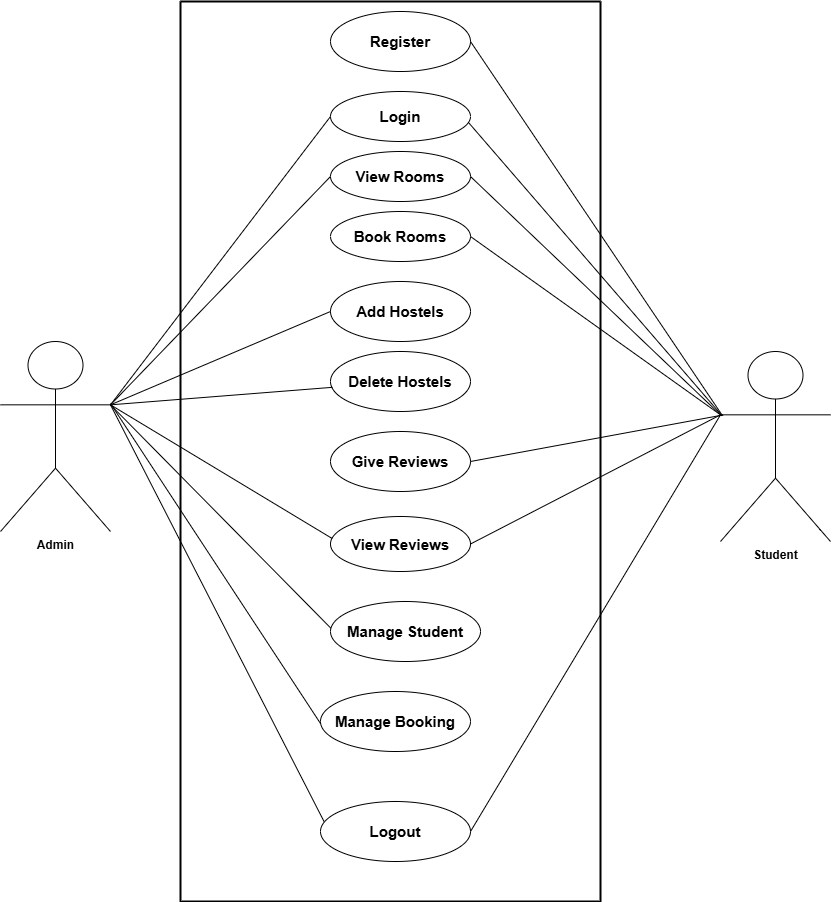
ItsSagar-git/Hostel-Management-System-Laravel keeps this draw.io diagram as Diagrams/Use CASE.png. Above is the earlier version. Source tidied: cells renumbered, new cells last; positions are measured from the earlier drawing's top-left corner, leaving out a move shared by most shapes.
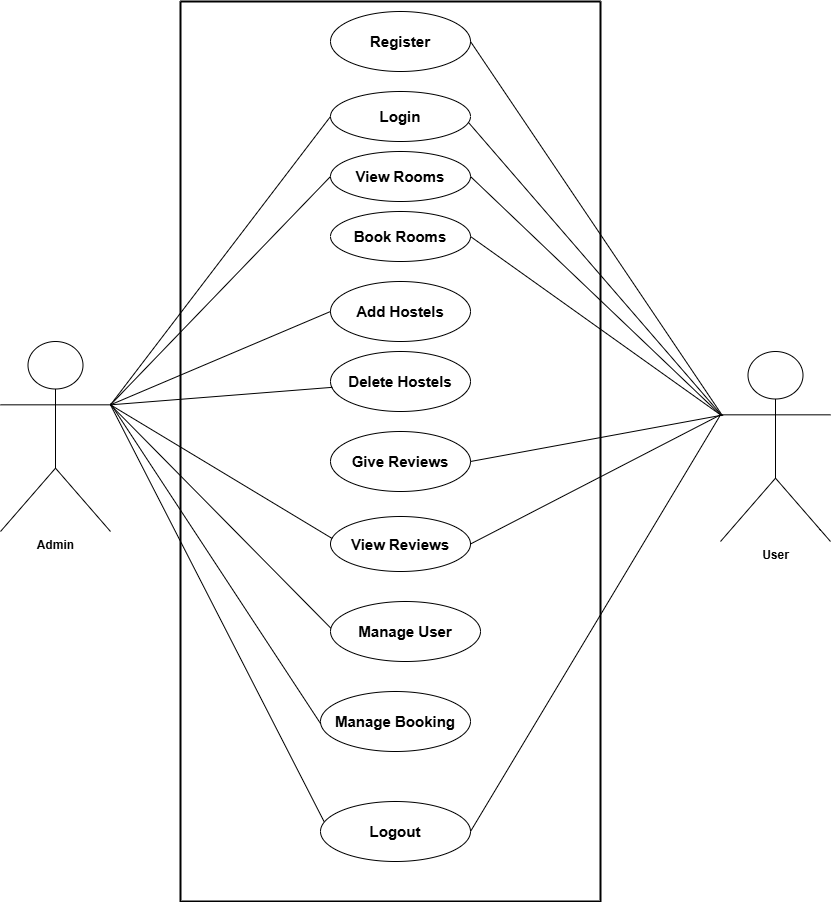
The same file after the commit.

What changed in the source:
```diff
@@ -26,7 +26,7 @@
     <mxCell id="9" value="&lt;b&gt;&lt;font style=&quot;font-size: 15px;&quot;&gt;View Reviews&lt;/font&gt;&lt;/b&gt;" style="ellipse;whiteSpace=wrap;html=1;" parent="1" vertex="1">
       <mxGeometry x="330" y="515" width="140" height="55" as="geometry" />
     </mxCell>
-    <mxCell id="10" value="&lt;b&gt;&lt;font style=&quot;font-size: 15px;&quot;&gt;Manage Student&lt;/font&gt;&lt;/b&gt;" style="ellipse;whiteSpace=wrap;html=1;" parent="1" vertex="1">
+    <mxCell id="10" value="&lt;font style=&quot;font-size: 15px;&quot;&gt;&lt;b&gt;Manage User&lt;/b&gt;&lt;/font&gt;" style="ellipse;whiteSpace=wrap;html=1;" parent="1" vertex="1">
       <mxGeometry x="330" y="600" width="150" height="60" as="geometry" />
     </mxCell>
     <mxCell id="11" value="&lt;b&gt;Admin&lt;/b&gt;" style="shape=umlActor;html=1;verticalLabelPosition=bottom;verticalAlign=top;align=center;" parent="1" vertex="1">
@@ -35,7 +35,7 @@
     <mxCell id="12" value="`" style="text;html=1;align=center;verticalAlign=middle;strokeColor=none;fillColor=none;" parent="1" vertex="1">
       <mxGeometry x="805" y="518" width="30" height="30" as="geometry" />
     </mxCell>
-    <mxCell id="13" value="&lt;b&gt;Student&lt;/b&gt;" style="shape=umlActor;html=1;verticalLabelPosition=bottom;verticalAlign=top;align=center;" parent="1" vertex="1">
+    <mxCell id="13" value="&lt;b&gt;User&lt;/b&gt;" style="shape=umlActor;html=1;verticalLabelPosition=bottom;verticalAlign=top;align=center;" parent="1" vertex="1">
       <mxGeometry x="720" y="350" width="110" height="190" as="geometry" />
     </mxCell>
     <mxCell id="14" style="edgeStyle=none;html=1;endArrow=none;verticalAlign=bottom;rounded=0;entryX=0;entryY=0.5;entryDx=0;entryDy=0;exitX=1;exitY=0.3333333333333333;exitDx=0;exitDy=0;exitPerimeter=0;" parent="1" edge="1" source="11" target="3">
```
